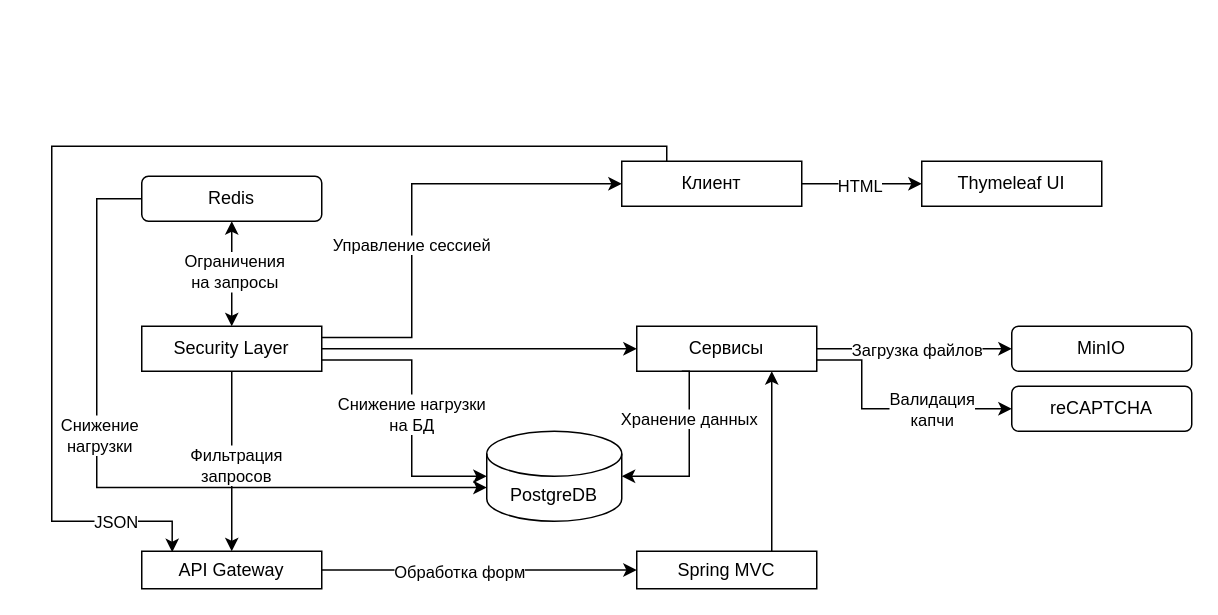
Before: page "Диаграмма приложения и пользователя" (2 of 2) of Схема компонентов.drawio in IlyaSannikow/e-catalog.ru, a draw.io diagram. Source tidied: cells renumbered, new cells numbered last; positions are measured from the earlier drawing's top-left corner, leaving out a move shared by most shapes. Both pictures are drawn from the tidied source at 150%, with x=0, y=0 at pixel (51, 146).
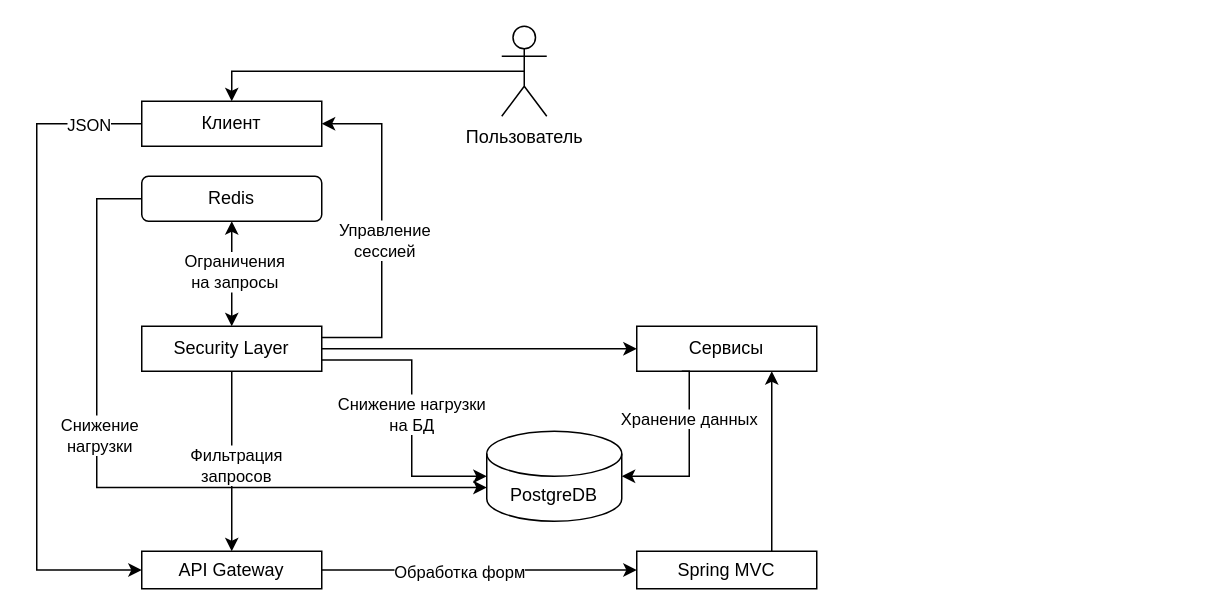
After the change.

Commit message:
Схема пользователь приложение

The change refers to these unchanged cells:
```xml
<mxCell id="9" value="Security Layer" style="rounded=0;whiteSpace=wrap;html=1;" parent="1" vertex="1">
  <mxGeometry x="60" y="120" width="120" height="30" as="geometry" />
</mxCell>
<mxCell id="19" value="API Gateway" style="rounded=0;whiteSpace=wrap;html=1;" parent="1" vertex="1">
  <mxGeometry x="60" y="270" width="120" height="25" as="geometry" />
</mxCell>
<mxCell id="27" value="Сервисы" style="rounded=0;whiteSpace=wrap;html=1;" parent="1" vertex="1">
  <mxGeometry x="390" y="120" width="120" height="30" as="geometry" />
</mxCell>
```

What changed in the source:
```diff
@@
-    <mxCell id="2" style="edgeStyle=orthogonalEdgeStyle;rounded=0;jettySize=auto;html=1;exitX=1;exitY=0.25;exitDx=0;exitDy=0;entryX=0;entryY=0.5;entryDx=0;entryDy=0;" parent="1" edge="1" source="9" target="14">
-      <mxGeometry relative="1" as="geometry">
-        <Array as="points">
-          <mxPoint x="240" y="128" />
-          <mxPoint x="240" y="25" />
-        </Array>
-      </mxGeometry>
-    </mxCell>
-    <mxCell id="3" value="Управление сессией" style="edgeLabel;html=1;align=center;verticalAlign=middle;" parent="2" vertex="1">
-      <mxGeometry x="0.4" relative="1" as="geometry">
-        <mxPoint x="-50" y="40" as="offset" />
-      </mxGeometry>
-    </mxCell>
@@
+    <mxCell id="2" style="edgeStyle=orthogonalEdgeStyle;rounded=0;jettySize=auto;html=1;exitX=1;exitY=0.25;exitDx=0;exitDy=0;entryX=1;entryY=0.5;entryDx=0;entryDy=0;" parent="1" edge="1" source="9" target="14">
+      <mxGeometry relative="1" as="geometry">
+        <Array as="points">
+          <mxPoint x="220" y="128" />
+          <mxPoint x="220" y="-15" />
+        </Array>
+      </mxGeometry>
+    </mxCell>
+    <mxCell id="3" value="Управление&lt;div&gt;сессией&lt;/div&gt;" style="edgeLabel;html=1;align=center;verticalAlign=middle;" parent="2" vertex="1">
+      <mxGeometry x="-0.06" y="-1" relative="1" as="geometry" />
+    </mxCell>
@@
-    <mxCell id="10" style="edgeStyle=orthogonalEdgeStyle;rounded=0;jettySize=auto;html=1;exitX=1;exitY=0.5;exitDx=0;exitDy=0;entryX=0;entryY=0.5;entryDx=0;entryDy=0;" parent="1" edge="1" source="14" target="16">
-      <mxGeometry relative="1" as="geometry" />
-    </mxCell>
-    <mxCell id="11" value="HTML" style="edgeLabel;html=1;align=center;verticalAlign=middle;" parent="10" vertex="1">
-      <mxGeometry x="-0.05" y="1" relative="1" as="geometry">
-        <mxPoint y="2" as="offset" />
-      </mxGeometry>
-    </mxCell>
-    <mxCell id="12" style="edgeStyle=orthogonalEdgeStyle;rounded=0;jettySize=auto;html=1;exitX=0.25;exitY=0;exitDx=0;exitDy=0;entryX=0.169;entryY=0.025;entryDx=0;entryDy=0;entryPerimeter=0;" parent="1" edge="1" source="14" target="19">
+    <mxCell id="12" style="edgeStyle=orthogonalEdgeStyle;rounded=0;jettySize=auto;html=1;exitX=0;exitY=0.5;exitDx=0;exitDy=0;entryX=0;entryY=0.5;entryDx=0;entryDy=0;" parent="1" edge="1" source="14" target="19">
       <mxGeometry relative="1" as="geometry">
         <Array as="points">
-          <mxPoint x="410" />
-          <mxPoint />
-          <mxPoint y="250" />
-          <mxPoint x="80" y="250" />
+          <mxPoint x="-10" y="-15" />
+          <mxPoint x="-10" y="283" />
         </Array>
       </mxGeometry>
     </mxCell>
     <mxCell id="13" value="JSON" style="edgeLabel;html=1;align=center;verticalAlign=middle;" parent="12" vertex="1">
-      <mxGeometry x="-0.32" y="-3" relative="1" as="geometry">
-        <mxPoint x="-116" y="253" as="offset" />
+      <mxGeometry x="-0.82" relative="1" as="geometry">
+        <mxPoint x="3" as="offset" />
       </mxGeometry>
     </mxCell>
     <mxCell id="14" value="Клиент" style="rounded=0;whiteSpace=wrap;html=1;" parent="1" vertex="1">
-      <mxGeometry x="380" y="10" width="120" height="30" as="geometry" />
+      <mxGeometry x="60" y="-30" width="120" height="30" as="geometry" />
     </mxCell>
@@
-    <mxCell id="16" value="Thymeleaf UI" style="rounded=0;whiteSpace=wrap;html=1;" parent="1" vertex="1">
-      <mxGeometry x="580" y="10" width="120" height="30" as="geometry" />
-    </mxCell>
@@
-    <mxCell id="23" style="edgeStyle=orthogonalEdgeStyle;rounded=0;jettySize=auto;html=1;exitX=1;exitY=0.5;exitDx=0;exitDy=0;entryX=0;entryY=0.5;entryDx=0;entryDy=0;" parent="1" edge="1" source="27" target="28">
-      <mxGeometry relative="1" as="geometry" />
-    </mxCell>
-    <mxCell id="24" value="Загрузка файлов" style="edgeLabel;html=1;align=center;verticalAlign=middle;" parent="23" vertex="1">
-      <mxGeometry x="0.01" relative="1" as="geometry" />
-    </mxCell>
-    <mxCell id="25" style="edgeStyle=orthogonalEdgeStyle;rounded=0;jettySize=auto;html=1;exitX=1;exitY=0.75;exitDx=0;exitDy=0;entryX=0;entryY=0.5;entryDx=0;entryDy=0;" parent="1" edge="1" source="27" target="29">
-      <mxGeometry relative="1" as="geometry">
-        <Array as="points">
-          <mxPoint x="540" y="143" />
-          <mxPoint x="540" y="175" />
-        </Array>
-      </mxGeometry>
-    </mxCell>
-    <mxCell id="26" value="Валидация&lt;div&gt;капчи&lt;/div&gt;" style="edgeLabel;html=1;align=center;verticalAlign=middle;" parent="25" vertex="1">
-      <mxGeometry x="0.36" y="-4" relative="1" as="geometry">
-        <mxPoint x="-1" y="-4" as="offset" />
-      </mxGeometry>
-    </mxCell>
@@
-    <mxCell id="28" value="MinIO" style="rounded=1;whiteSpace=wrap;html=1;" parent="1" vertex="1">
-      <mxGeometry x="640" y="120" width="120" height="30" as="geometry" />
-    </mxCell>
-    <mxCell id="29" value="reCAPTCHA" style="rounded=1;whiteSpace=wrap;html=1;" parent="1" vertex="1">
-      <mxGeometry x="640" y="160" width="120" height="30" as="geometry" />
-    </mxCell>
@@
+    <mxCell id="36" style="edgeStyle=orthogonalEdgeStyle;rounded=0;jettySize=auto;html=1;exitX=0.5;exitY=0.5;exitDx=0;exitDy=0;exitPerimeter=0;entryX=0.5;entryY=0;entryDx=0;entryDy=0;" parent="1" edge="1" source="37" target="14">
+      <mxGeometry relative="1" as="geometry" />
+    </mxCell>
+    <mxCell id="37" value="Пользователь" style="shape=umlActor;verticalLabelPosition=bottom;verticalAlign=top;html=1;outlineConnect=0;" parent="1" vertex="1">
+      <mxGeometry x="300" y="-80" width="30" height="60" as="geometry" />
+    </mxCell>
```
